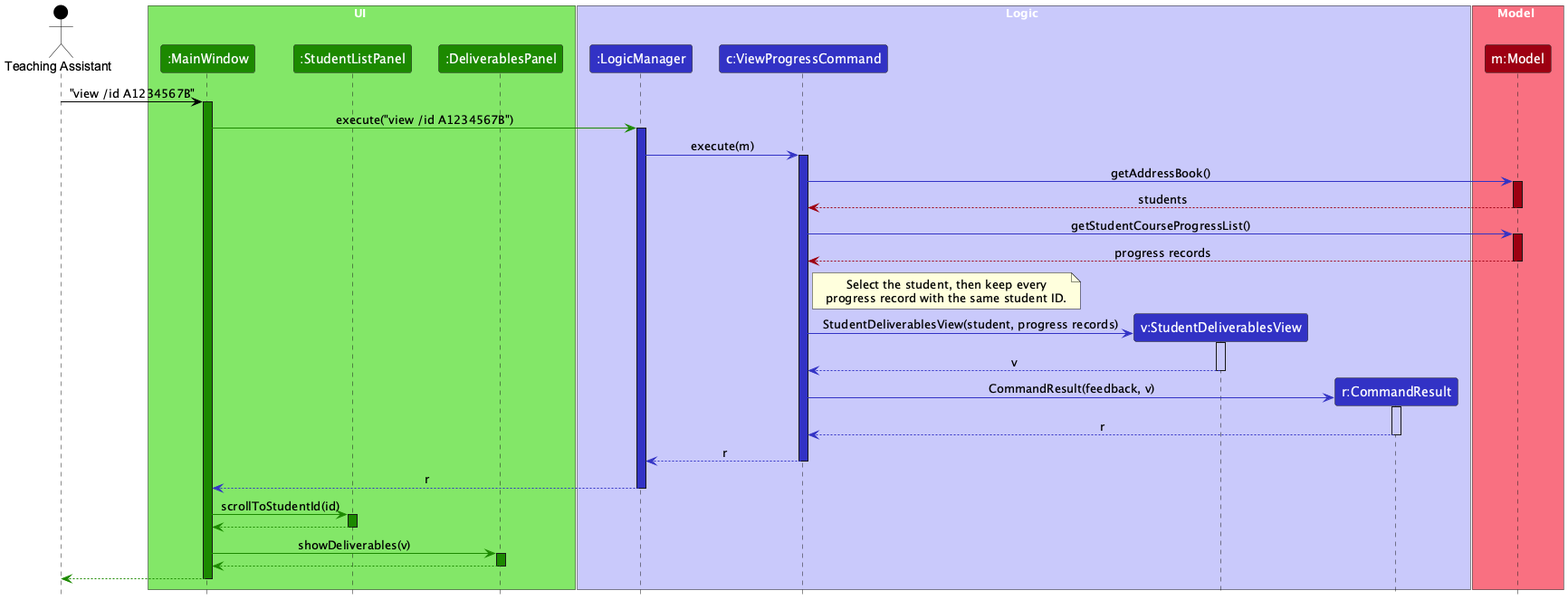
Before: docs/images/ViewDeliverablesSequenceDiagram.png, a diagram exported from PlantUML (AY2627S1-CS2103-F11-1/tp). Its source is kept beside it as docs/diagrams/ViewDeliverablesSequenceDiagram.puml. Its diagram source:
```plantuml
@startuml
!include style.puml
skinparam ArrowFontStyle plain

actor "Teaching Assistant" as TA USER_COLOR

box UI UI_COLOR_T1
participant ":MainWindow" as MainWindow UI_COLOR
participant ":StudentListPanel" as StudentListPanel UI_COLOR
participant ":DeliverablesPanel" as DeliverablesPanel UI_COLOR
end box

box Logic LOGIC_COLOR_T1
participant ":LogicManager" as LogicManager LOGIC_COLOR
participant "c:ViewProgressCommand" as ViewProgressCommand LOGIC_COLOR
participant "v:StudentDeliverablesView" as StudentDeliverablesView LOGIC_COLOR
participant "r:CommandResult" as CommandResult LOGIC_COLOR
end box

box Model MODEL_COLOR_T1
participant "m:Model" as Model MODEL_COLOR
end box

TA -[USER_COLOR]> MainWindow : "view /id A1234567B"
activate MainWindow UI_COLOR
MainWindow -[UI_COLOR]> LogicManager : execute("view /id A1234567B")
activate LogicManager LOGIC_COLOR
LogicManager -[LOGIC_COLOR]> ViewProgressCommand : execute(m)
activate ViewProgressCommand LOGIC_COLOR

ViewProgressCommand -[LOGIC_COLOR]> Model : getAddressBook()
activate Model MODEL_COLOR
Model --[MODEL_COLOR]> ViewProgressCommand : students
deactivate Model

ViewProgressCommand -[LOGIC_COLOR]> Model : getStudentCourseProgressList()
activate Model MODEL_COLOR
Model --[MODEL_COLOR]> ViewProgressCommand : progress records
deactivate Model

note right of ViewProgressCommand
  Select the student, then keep every
  progress record with the same student ID.
end note

create StudentDeliverablesView
ViewProgressCommand -[LOGIC_COLOR]> StudentDeliverablesView : StudentDeliverablesView(student, progress records)
activate StudentDeliverablesView LOGIC_COLOR_T1
StudentDeliverablesView --[LOGIC_COLOR]> ViewProgressCommand : v
deactivate StudentDeliverablesView

create CommandResult
ViewProgressCommand -[LOGIC_COLOR]> CommandResult : CommandResult(feedback, v)
activate CommandResult LOGIC_COLOR_T1
CommandResult --[LOGIC_COLOR]> ViewProgressCommand : r
deactivate CommandResult

ViewProgressCommand --[LOGIC_COLOR]> LogicManager : r
deactivate ViewProgressCommand
LogicManager --[LOGIC_COLOR]> MainWindow : r
deactivate LogicManager

MainWindow -[UI_COLOR]> StudentListPanel : scrollToStudentId(id)
activate StudentListPanel UI_COLOR
StudentListPanel --[UI_COLOR]> MainWindow
deactivate StudentListPanel

MainWindow -[UI_COLOR]> DeliverablesPanel : showDeliverables(v)
activate DeliverablesPanel UI_COLOR
DeliverablesPanel --[UI_COLOR]> MainWindow
deactivate DeliverablesPanel

MainWindow --[UI_COLOR]> TA
deactivate MainWindow
@enduml
```
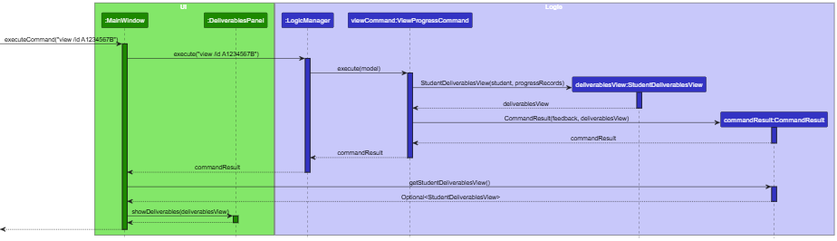
After the commit.

Commit message:
Fix Vie Deliverables Sequence Diagram

Diff of the diagram source:
```diff
@@ -2,74 +2,56 @@
 !include style.puml
 skinparam ArrowFontStyle plain
 
-actor "Teaching Assistant" as TA USER_COLOR
-
 box UI UI_COLOR_T1
 participant ":MainWindow" as MainWindow UI_COLOR
-participant ":StudentListPanel" as StudentListPanel UI_COLOR
 participant ":DeliverablesPanel" as DeliverablesPanel UI_COLOR
 end box
 
 box Logic LOGIC_COLOR_T1
 participant ":LogicManager" as LogicManager LOGIC_COLOR
-participant "c:ViewProgressCommand" as ViewProgressCommand LOGIC_COLOR
-participant "v:StudentDeliverablesView" as StudentDeliverablesView LOGIC_COLOR
-participant "r:CommandResult" as CommandResult LOGIC_COLOR
+participant "viewCommand:ViewProgressCommand" as ViewProgressCommand LOGIC_COLOR
+participant "deliverablesView:StudentDeliverablesView" as StudentDeliverablesView LOGIC_COLOR
+participant "commandResult:CommandResult" as CommandResult LOGIC_COLOR
 end box
 
-box Model MODEL_COLOR_T1
-participant "m:Model" as Model MODEL_COLOR
-end box
+[-> MainWindow : executeCommand("view /id A1234567B")
+activate MainWindow UI_COLOR
 
-TA -[USER_COLOR]> MainWindow : "view /id A1234567B"
-activate MainWindow UI_COLOR
-MainWindow -[UI_COLOR]> LogicManager : execute("view /id A1234567B")
+MainWindow -> LogicManager : execute("view /id A1234567B")
 activate LogicManager LOGIC_COLOR
-LogicManager -[LOGIC_COLOR]> ViewProgressCommand : execute(m)
+
+LogicManager -> ViewProgressCommand : execute(model)
 activate ViewProgressCommand LOGIC_COLOR
 
-ViewProgressCommand -[LOGIC_COLOR]> Model : getAddressBook()
-activate Model MODEL_COLOR
-Model --[MODEL_COLOR]> ViewProgressCommand : students
-deactivate Model
-
-ViewProgressCommand -[LOGIC_COLOR]> Model : getStudentCourseProgressList()
-activate Model MODEL_COLOR
-Model --[MODEL_COLOR]> ViewProgressCommand : progress records
-deactivate Model
-
-note right of ViewProgressCommand
-  Select the student, then keep every
-  progress record with the same student ID.
-end note
-
 create StudentDeliverablesView
-ViewProgressCommand -[LOGIC_COLOR]> StudentDeliverablesView : StudentDeliverablesView(student, progress records)
-activate StudentDeliverablesView LOGIC_COLOR_T1
-StudentDeliverablesView --[LOGIC_COLOR]> ViewProgressCommand : v
+ViewProgressCommand -> StudentDeliverablesView : StudentDeliverablesView(student, progressRecords)
+activate StudentDeliverablesView LOGIC_COLOR
+StudentDeliverablesView --> ViewProgressCommand : deliverablesView
 deactivate StudentDeliverablesView
 
 create CommandResult
-ViewProgressCommand -[LOGIC_COLOR]> CommandResult : CommandResult(feedback, v)
-activate CommandResult LOGIC_COLOR_T1
-CommandResult --[LOGIC_COLOR]> ViewProgressCommand : r
+ViewProgressCommand -> CommandResult : CommandResult(feedback, deliverablesView)
+activate CommandResult LOGIC_COLOR
+CommandResult --> ViewProgressCommand : commandResult
 deactivate CommandResult
 
-ViewProgressCommand --[LOGIC_COLOR]> LogicManager : r
+ViewProgressCommand --> LogicManager : commandResult
 deactivate ViewProgressCommand
-LogicManager --[LOGIC_COLOR]> MainWindow : r
+
+LogicManager --> MainWindow : commandResult
 deactivate LogicManager
 
-MainWindow -[UI_COLOR]> StudentListPanel : scrollToStudentId(id)
-activate StudentListPanel UI_COLOR
-StudentListPanel --[UI_COLOR]> MainWindow
-deactivate StudentListPanel
+MainWindow -> CommandResult : getStudentDeliverablesView()
+activate CommandResult LOGIC_COLOR
+CommandResult --> MainWindow : Optional<StudentDeliverablesView>
+deactivate CommandResult
 
-MainWindow -[UI_COLOR]> DeliverablesPanel : showDeliverables(v)
+MainWindow -> DeliverablesPanel : showDeliverables(deliverablesView)
 activate DeliverablesPanel UI_COLOR
-DeliverablesPanel --[UI_COLOR]> MainWindow
+DeliverablesPanel --> MainWindow
 deactivate DeliverablesPanel
 
-MainWindow --[UI_COLOR]> TA
+[<-- MainWindow
 deactivate MainWindow
+
 @enduml
```
